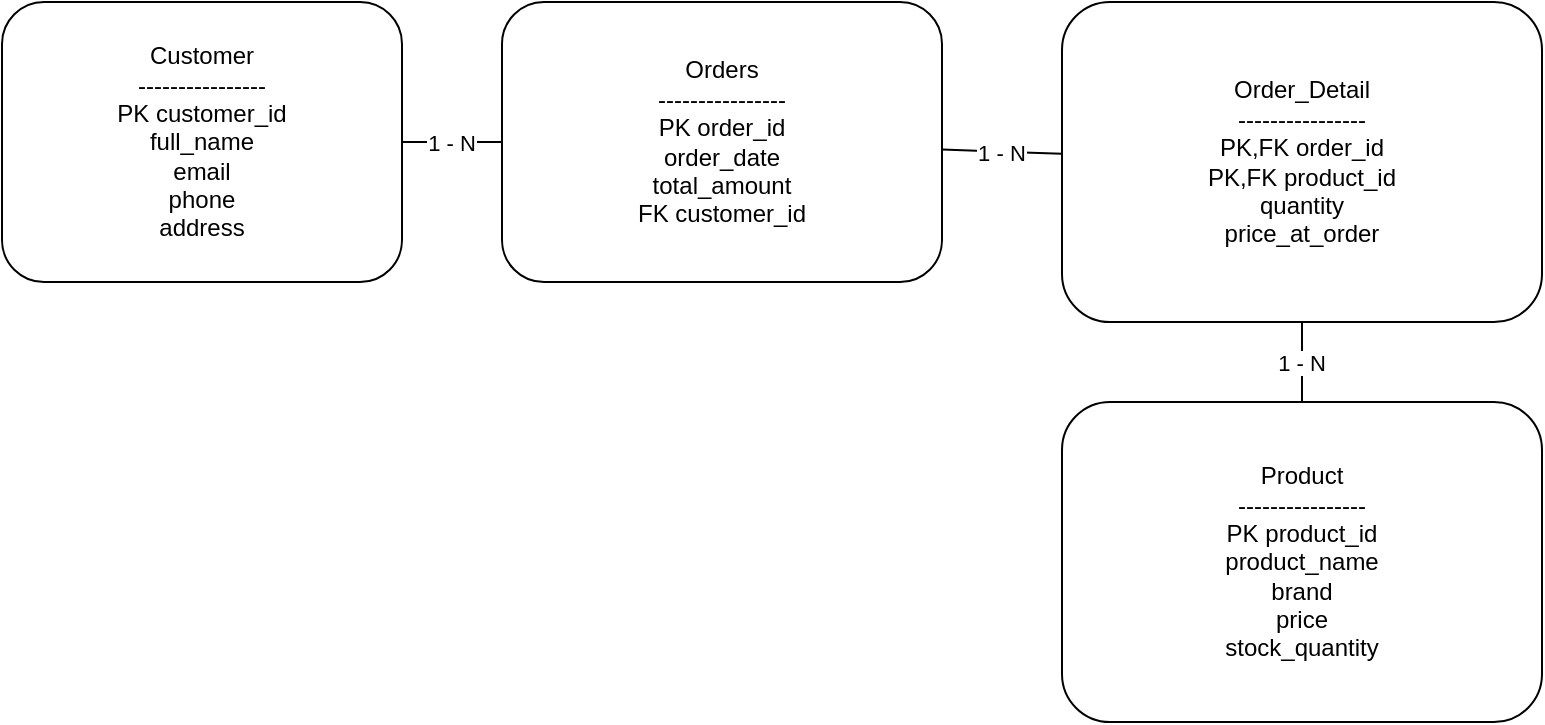
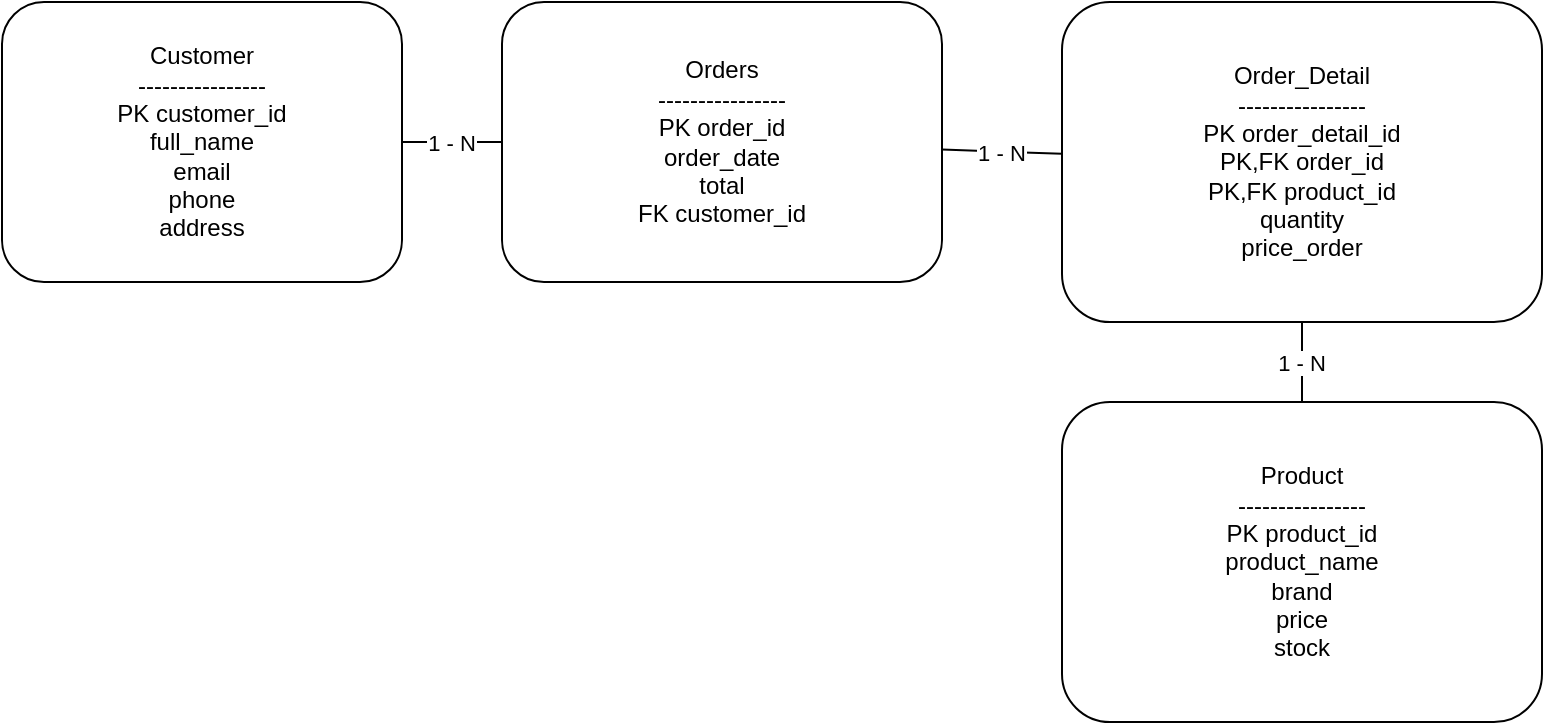
<mxfile host="Electron" agent="Mozilla/5.0 (Windows NT 10.0; Win64; x64) AppleWebKit/537.36 (KHTML, like Gecko) draw.io/28.1.2 Chrome/138.0.7204.243 Electron/37.4.0 Safari/537.36" version="28.1.2">
  <diagram name="ERD" id="0">
    <mxGraphModel dx="1042" dy="660" grid="1" gridSize="10" guides="1" tooltips="1" connect="1" arrows="1" fold="1" page="1" pageScale="1" pageWidth="1169" pageHeight="827" math="0" shadow="0">
      <root>
        <mxCell id="0" />
        <mxCell id="1" parent="0" />
        <mxCell id="2" value="Customer&#xa;----------------&#xa;PK customer_id&#xa;full_name&#xa;email&#xa;phone&#xa;address" style="rounded=1;whiteSpace=wrap;html=1;" parent="1" vertex="1">
          <mxGeometry x="50" y="100" width="200" height="140" as="geometry" />
        </mxCell>
-         <mxCell id="3" value="Orders&#xa;----------------&#xa;PK order_id&#xa;order_date&#xa;total_amount&#xa;FK customer_id" style="rounded=1;whiteSpace=wrap;html=1;" parent="1" vertex="1">
+         <mxCell id="3" value="Orders&lt;br&gt;----------------&lt;br&gt;PK order_id&lt;br&gt;order_date&lt;br&gt;total&lt;br&gt;FK customer_id" style="rounded=1;whiteSpace=wrap;html=1;" parent="1" vertex="1">
          <mxGeometry x="300" y="100" width="220" height="140" as="geometry" />
        </mxCell>
-         <mxCell id="4" value="Order_Detail&#xa;----------------&#xa;PK,FK order_id&#xa;PK,FK product_id&#xa;quantity&#xa;price_at_order" style="rounded=1;whiteSpace=wrap;html=1;" parent="1" vertex="1">
+         <mxCell id="4" value="Order_Detail&lt;br&gt;----------------&lt;div&gt;PK order_detail_id&lt;br&gt;PK,FK order_id&lt;br&gt;PK,FK product_id&lt;br&gt;quantity&lt;br&gt;price_order&lt;/div&gt;" style="rounded=1;whiteSpace=wrap;html=1;" parent="1" vertex="1">
          <mxGeometry x="580" y="100" width="240" height="160" as="geometry" />
        </mxCell>
-         <mxCell id="5" value="Product&#xa;----------------&#xa;PK product_id&#xa;product_name&#xa;brand&#xa;price&#xa;stock_quantity" style="rounded=1;whiteSpace=wrap;html=1;" parent="1" vertex="1">
+         <mxCell id="5" value="Product&lt;br&gt;----------------&lt;br&gt;PK product_id&lt;br&gt;product_name&lt;br&gt;brand&lt;br&gt;price&lt;br&gt;stock" style="rounded=1;whiteSpace=wrap;html=1;" parent="1" vertex="1">
          <mxGeometry x="580" y="300" width="240" height="160" as="geometry" />
        </mxCell>
        <mxCell id="6" value="1 - N" style="endArrow=none;" parent="1" source="2" target="3" edge="1">
          <mxGeometry relative="1" as="geometry" />
        </mxCell>
        <mxCell id="7" value="1 - N" style="endArrow=none;" parent="1" source="3" target="4" edge="1">
          <mxGeometry relative="1" as="geometry" />
        </mxCell>
        <mxCell id="8" value="1 - N" style="endArrow=none;" parent="1" source="5" target="4" edge="1">
          <mxGeometry relative="1" as="geometry" />
        </mxCell>
      </root>
    </mxGraphModel>
  </diagram>
</mxfile>
